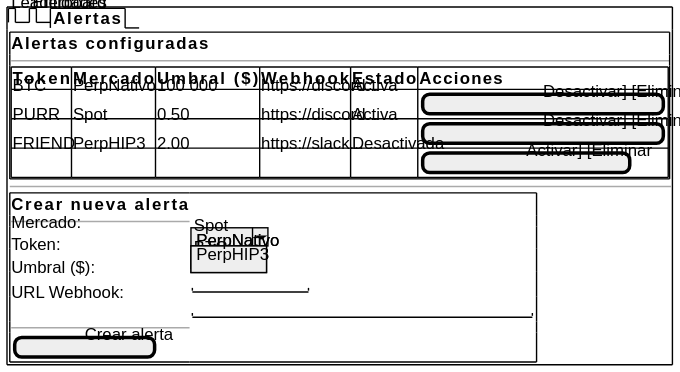
Above: imagenes/capitulo2/prototipo-alertas.svg in nekiiiiis/tfg (PlantUML), before the change.
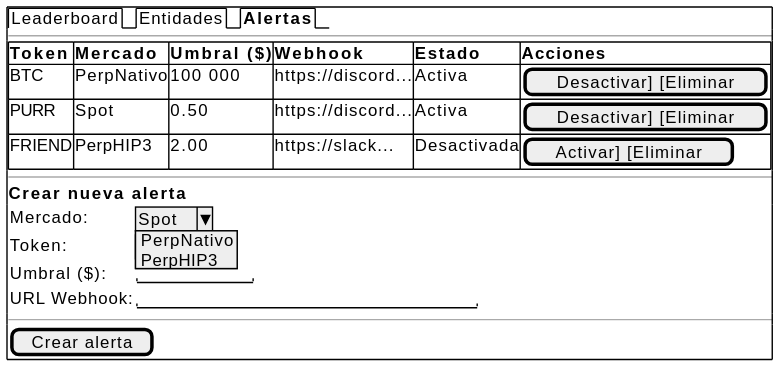
The same diagram one commit later.

Diff of the diagram source:
```diff
@@ -1,30 +1,22 @@
 @startsalt
-
 {+
   {/ Leaderboard | Entidades | <b>Alertas }
+  ---
+  {#
+    <b>Token | <b>Mercado    | <b>Umbral ($) | <b>Webhook          | <b>Estado      | <b>Acciones
+    BTC   | PerpNativo  | 100 000      | https://discord...  | Activa        | [Desactivar] [Eliminar]
+    PURR  | Spot        | 0.50         | https://discord...  | Activa        | [Desactivar] [Eliminar]
+    FRIEND| PerpHIP3    | 2.00         | https://slack...    | Desactivada   | [Activar] [Eliminar]
+  }
+  ---
+  <b>Crear nueva alerta
   {
-    {+
-      <b>Alertas configuradas
-      ---
-      {#
-        <b>Token | <b>Mercado | <b>Umbral ($) | <b>Webhook | <b>Estado | <b>Acciones
-        BTC | PerpNativo | 100 000 | https://discord... | Activa | [Desactivar] [Eliminar]
-        PURR | Spot | 0.50 | https://discord... | Activa | [Desactivar] [Eliminar]
-        FRIEND | PerpHIP3 | 2.00 | https://slack... | Desactivada | [Activar] [Eliminar]
-      }
-    }
-    ---
-    {+
-      <b>Crear nueva alerta
-      ---
-      Mercado: | ^Spot ^ PerpNativo ^ PerpHIP3^
-      Token: | ^BTC^
-      Umbral ($): | "          "
-      URL Webhook: | "                              "
-      ---
-      [Crear alerta]
-    }
+    Mercado:     | ^Spot ^ PerpNativo ^ PerpHIP3^
+    Token:       | ^BTC^
+    Umbral ($):  | "          "
+    URL Webhook: | "                              "
   }
+  ---
+  [Crear alerta]
 }
-
 @endsalt
```
